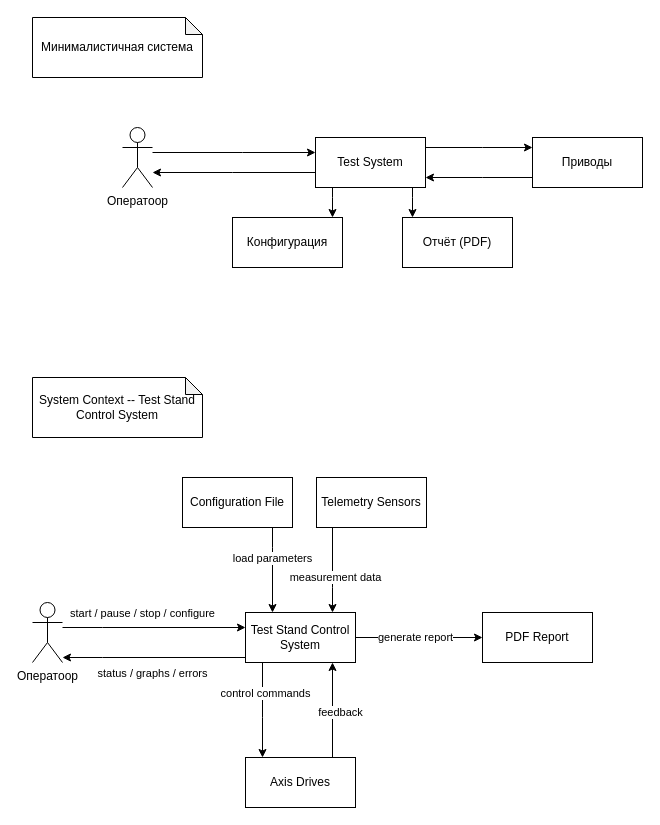
This is page "System Context" (1 of 3) of docs/black-box-diagrams/black-box-specifications.drawio from TarkWight/uas-test-system, a draw.io file, before an edit. Source tidied: cells renumbered, new cells numbered last; positions are measured from the earlier drawing's top-left corner, leaving out a move shared by most shapes. Both pictures are drawn from the tidied source at 100%, with x=0, y=0 at pixel (32, 17).
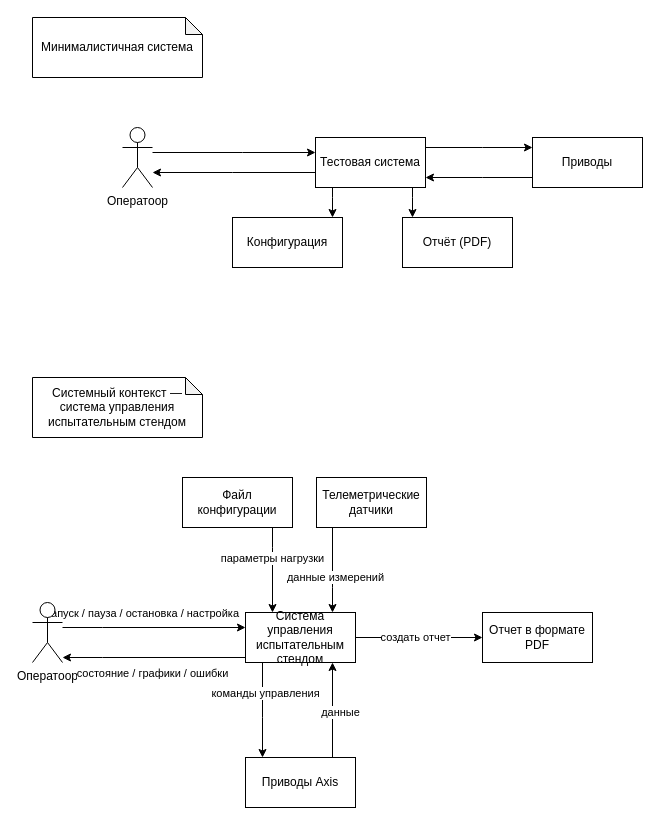
The same diagram, later.

The change refers to these unchanged cells:
```xml
<mxCell id="14" style="edgeStyle=orthogonalEdgeStyle;rounded=0;jettySize=auto;html=1;" parent="1" edge="1" source="16" target="23">
  <mxGeometry relative="1" as="geometry">
    <Array as="points">
      <mxPoint x="70" y="610" />
      <mxPoint x="70" y="610" />
    </Array>
  </mxGeometry>
</mxCell>
<mxCell id="17" style="edgeStyle=orthogonalEdgeStyle;rounded=0;jettySize=auto;html=1;" parent="1" edge="1" source="23" target="16">
  <mxGeometry relative="1" as="geometry">
    <Array as="points">
      <mxPoint x="70" y="640" />
      <mxPoint x="70" y="640" />
    </Array>
  </mxGeometry>
</mxCell>
<mxCell id="19" style="edgeStyle=orthogonalEdgeStyle;rounded=0;jettySize=auto;html=1;" parent="1" edge="1" source="23" target="24">
  <mxGeometry relative="1" as="geometry">
    <Array as="points">
      <mxPoint x="310" y="620" />
    </Array>
  </mxGeometry>
</mxCell>
<mxCell id="21" style="edgeStyle=orthogonalEdgeStyle;rounded=0;jettySize=auto;html=1;" parent="1" edge="1" source="23" target="27">
  <mxGeometry relative="1" as="geometry">
    <Array as="points">
      <mxPoint x="230" y="700" />
      <mxPoint x="230" y="700" />
    </Array>
  </mxGeometry>
</mxCell>
<mxCell id="25" style="edgeStyle=orthogonalEdgeStyle;rounded=0;jettySize=auto;html=1;" parent="1" edge="1" source="27" target="23">
  <mxGeometry relative="1" as="geometry">
    <Array as="points">
      <mxPoint x="300" y="700" />
      <mxPoint x="300" y="700" />
    </Array>
  </mxGeometry>
</mxCell>
<mxCell id="28" style="edgeStyle=orthogonalEdgeStyle;rounded=0;jettySize=auto;html=1;" parent="1" edge="1" source="30" target="23">
  <mxGeometry relative="1" as="geometry">
    <Array as="points">
      <mxPoint x="300" y="570" />
      <mxPoint x="300" y="570" />
    </Array>
  </mxGeometry>
</mxCell>
<mxCell id="32" style="edgeStyle=orthogonalEdgeStyle;rounded=0;jettySize=auto;html=1;" parent="1" edge="1" source="34" target="23">
  <mxGeometry relative="1" as="geometry">
    <Array as="points">
      <mxPoint x="240" y="530" />
      <mxPoint x="240" y="530" />
    </Array>
  </mxGeometry>
</mxCell>
```

What changed in the source:
```diff
@@
-    <mxCell id="8" value="Test System" style="html=1;whiteSpace=wrap;" parent="1" vertex="1">
+    <mxCell id="8" value="Тестовая система" style="html=1;whiteSpace=wrap;" parent="1" vertex="1">
       <mxGeometry x="283" y="120" width="110" height="50" as="geometry" />
     </mxCell>
@@
-    <mxCell id="15" value="start / pause /&amp;nbsp;&lt;span style=&quot;background-color: light-dark(#ffffff, var(--ge-dark-color, #121212)); color: light-dark(rgb(0, 0, 0), rgb(255, 255, 255));&quot;&gt;stop / configure&lt;/span&gt;" style="edgeLabel;align=center;verticalAlign=middle;imageAspect=1;absoluteArcSize=0;noLabel=0;html=1;convertToSvg=0;" parent="14" vertex="1">
+    <mxCell id="15" value="запуск / пауза / остановка / настройка" style="edgeLabel;align=center;verticalAlign=middle;imageAspect=1;absoluteArcSize=0;noLabel=0;html=1;convertToSvg=0;" parent="14" vertex="1">
       <mxGeometry x="-0.1" y="1" relative="1" as="geometry">
         <mxPoint x="-3" y="-14" as="offset" />
       </mxGeometry>
     </mxCell>
@@
-    <mxCell id="18" value="status / graphs / errors" style="edgeLabel;html=1;align=center;verticalAlign=middle;" parent="17" vertex="1">
+    <mxCell id="18" value="состояние / графики / ошибки" style="edgeLabel;html=1;align=center;verticalAlign=middle;" parent="17" vertex="1">
       <mxGeometry x="0.08" relative="1" as="geometry">
         <mxPoint x="5" y="15" as="offset" />
       </mxGeometry>
     </mxCell>
@@
-    <mxCell id="20" value="generate report" style="edgeLabel;html=1;align=center;verticalAlign=middle;" parent="19" vertex="1">
+    <mxCell id="20" value="создать отчет" style="edgeLabel;html=1;align=center;verticalAlign=middle;" parent="19" vertex="1">
       <mxGeometry x="-0.07" y="1" relative="1" as="geometry" />
     </mxCell>
@@
-    <mxCell id="22" value="control commands" style="edgeLabel;html=1;align=center;verticalAlign=middle;" parent="21" vertex="1">
+    <mxCell id="22" value="команды управления" style="edgeLabel;html=1;align=center;verticalAlign=middle;" parent="21" vertex="1">
       <mxGeometry x="-0.16" relative="1" as="geometry">
         <mxPoint x="2" y="-10" as="offset" />
       </mxGeometry>
     </mxCell>
-    <mxCell id="23" value="Test Stand Control System" style="html=1;whiteSpace=wrap;" parent="1" vertex="1">
+    <mxCell id="23" value="Система управления испытательным стендом" style="html=1;whiteSpace=wrap;" parent="1" vertex="1">
       <mxGeometry x="213" y="595" width="110" height="50" as="geometry" />
     </mxCell>
-    <mxCell id="24" value="PDF Report" style="html=1;whiteSpace=wrap;" parent="1" vertex="1">
+    <mxCell id="24" value="Отчет в формате PDF" style="html=1;whiteSpace=wrap;" parent="1" vertex="1">
       <mxGeometry x="450" y="595" width="110" height="50" as="geometry" />
     </mxCell>
@@
-    <mxCell id="26" value="feedback" style="edgeLabel;html=1;align=center;verticalAlign=middle;" parent="25" vertex="1">
+    <mxCell id="26" value="данные" style="edgeLabel;html=1;align=center;verticalAlign=middle;" parent="25" vertex="1">
       <mxGeometry x="0.15" y="1" relative="1" as="geometry">
         <mxPoint x="8" y="9" as="offset" />
       </mxGeometry>
     </mxCell>
-    <mxCell id="27" value="Axis Drives" style="html=1;whiteSpace=wrap;" parent="1" vertex="1">
+    <mxCell id="27" value="Приводы Axis" style="html=1;whiteSpace=wrap;" parent="1" vertex="1">
       <mxGeometry x="213" y="740" width="110" height="50" as="geometry" />
     </mxCell>
@@
-    <mxCell id="29" value="measurement data" style="edgeLabel;html=1;align=center;verticalAlign=middle;" parent="28" vertex="1">
+    <mxCell id="29" value="данные измерений" style="edgeLabel;html=1;align=center;verticalAlign=middle;" parent="28" vertex="1">
       <mxGeometry x="-0.05" y="2" relative="1" as="geometry">
         <mxPoint y="9" as="offset" />
       </mxGeometry>
     </mxCell>
-    <mxCell id="30" value="Telemetry Sensors" style="html=1;whiteSpace=wrap;" parent="1" vertex="1">
+    <mxCell id="30" value="Телеметрические датчики" style="html=1;whiteSpace=wrap;" parent="1" vertex="1">
       <mxGeometry x="284" y="460" width="110" height="50" as="geometry" />
     </mxCell>
-    <mxCell id="31" value="System Context -- Test Stand Control System" style="shape=note;whiteSpace=wrap;html=1;backgroundOutline=1;darkOpacity=0.05;size=17;" parent="1" vertex="1">
+    <mxCell id="31" value="Системный контекст — система управления испытательным стендом" style="shape=note;whiteSpace=wrap;html=1;backgroundOutline=1;darkOpacity=0.05;size=17;" parent="1" vertex="1">
       <mxGeometry y="360" width="170" height="60" as="geometry" />
     </mxCell>
@@
-    <mxCell id="33" value="load parameters" style="edgeLabel;html=1;align=center;verticalAlign=middle;" parent="32" vertex="1">
+    <mxCell id="33" value="параметры нагрузки" style="edgeLabel;html=1;align=center;verticalAlign=middle;" parent="32" vertex="1">
       <mxGeometry x="-0.13" y="-1" relative="1" as="geometry">
         <mxPoint y="-7" as="offset" />
       </mxGeometry>
     </mxCell>
-    <mxCell id="34" value="Configuration File" style="html=1;whiteSpace=wrap;" parent="1" vertex="1">
+    <mxCell id="34" value="Файл конфигурации" style="html=1;whiteSpace=wrap;" parent="1" vertex="1">
       <mxGeometry x="150" y="460" width="110" height="50" as="geometry" />
     </mxCell>
```
